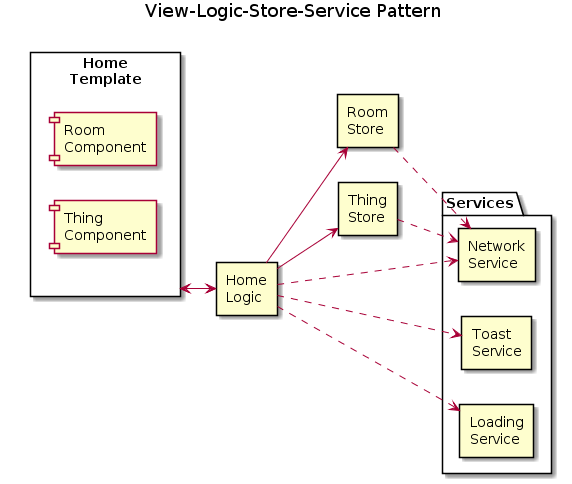
Above: figures/diagrams/front/architecture/view-logic-store-service-pattern.png in Kadaiser/Memoria-de-Trabajo-de-Fin-de-Grado (PlantUML), before the change. The source it was exported from:
```plantuml
@startuml
left to right direction

title View-Logic-Store-Service Pattern

rectangle "Home\nTemplate" as homeTemplate {
    [Room\nComponent] as roomComponent
    [Thing\nComponent] as thingComponent
}

rectangle "Home\nLogic" as homeLogic

rectangle "Room\nStore" as roomStore
rectangle "Thing\nStore" as thingStore

folder "Services" as services {
    rectangle "Network\nService" as networkService
    rectangle "Toast\nService" as toastService
    rectangle "Loading\nService" as loadingService
}


homeTemplate <--> homeLogic
homeLogic --> roomStore
homeLogic --> thingStore

homeLogic ..> loadingService
homeLogic ..> toastService
homeLogic ..> networkService

roomStore ..> networkService
thingStore ..> networkService
@enduml
```
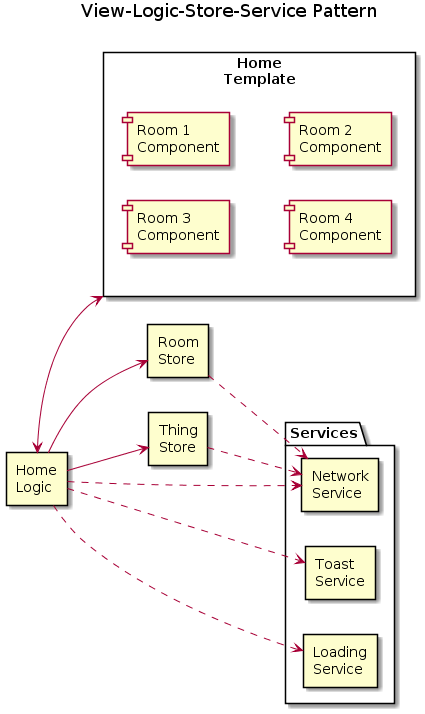
The same diagram one commit later.

The edit, as a diff of the source:
```diff
@@ -4,8 +4,10 @@
 title View-Logic-Store-Service Pattern
 
 rectangle "Home\nTemplate" as homeTemplate {
-    [Room\nComponent] as roomComponent
-    [Thing\nComponent] as thingComponent
+    [Room 3\nComponent] as room3Component
+    [Room 1\nComponent] as room1Component
+    [Room 4\nComponent] as room4Component
+    [Room 2\nComponent] as room2Component
 }
 
 rectangle "Home\nLogic" as homeLogic
@@ -20,7 +22,7 @@
 }
 
 
-homeTemplate <--> homeLogic
+homeTemplate <-up-> homeLogic
 homeLogic --> roomStore
 homeLogic --> thingStore
 
```
